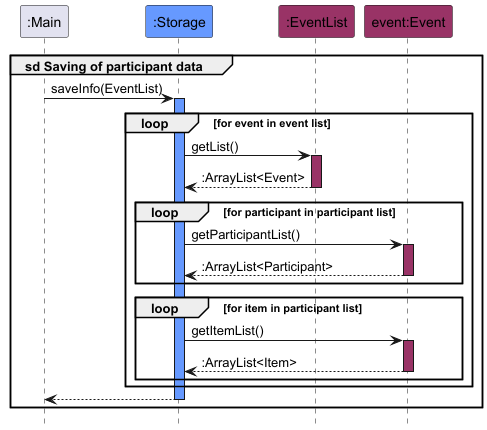
Above: docs/images/StorageSavingSequenceDiagram.png in nus-cs2113-AY2425S1/tp (PlantUML), before the change.
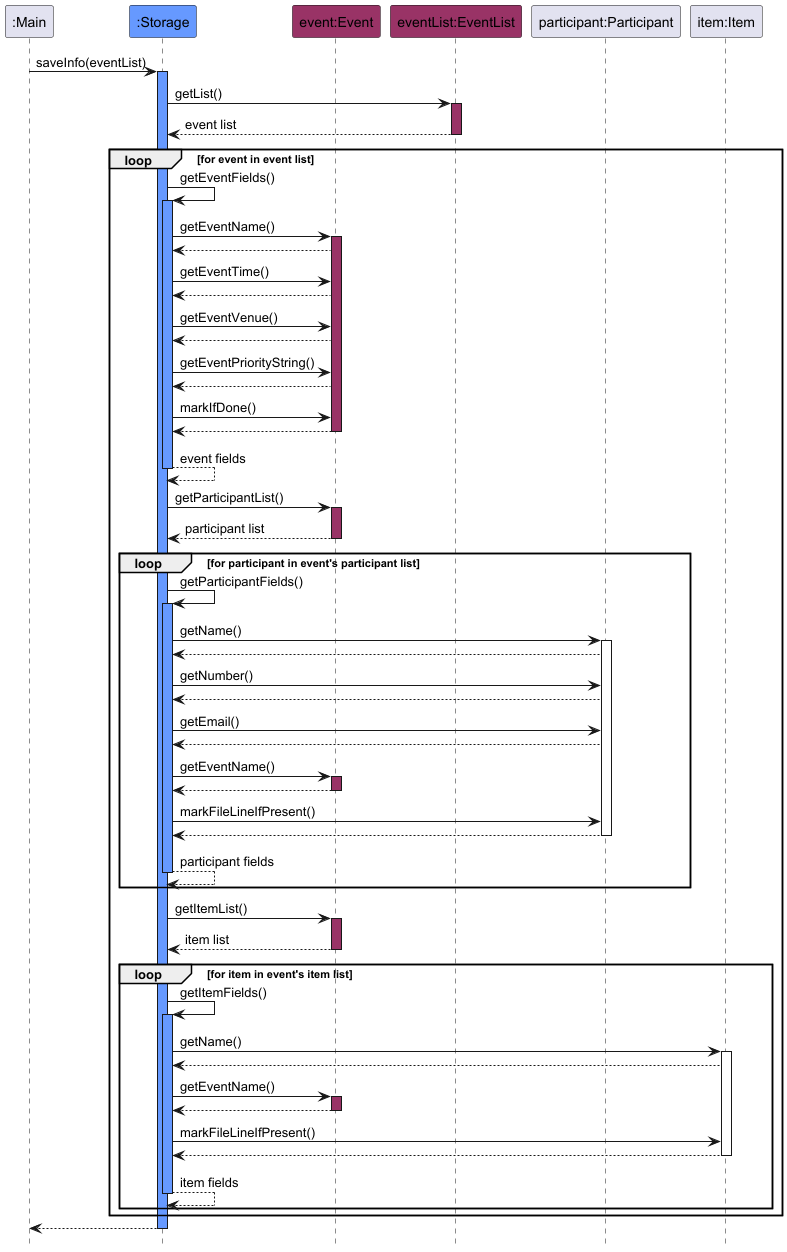
The same diagram one commit later.

Commit message:
Edit sequence diagrams

Change to the diagram source:
```diff
@@ -4,32 +4,87 @@
 
 Participant ":Main" as main
 Participant ":Storage" as storage STORAGE_COLOUR
-Participant ":EventList" as eventList EVENT_COLOUR
 Participant "event:Event" as event EVENT_COLOUR
+Participant "eventList:EventList" as eventlist EVENT_COLOUR
+Participant "participant:Participant" as participant
+Participant "item:Item" as item
 
-group sd Saving of participant data
-main -> storage : saveInfo(EventList)
+main -> storage : saveInfo(eventList)
 activate storage STORAGE_COLOUR
+
+storage -> eventlist : getList()
+activate eventlist EVENT_COLOUR
+return event list
 
 loop for event in event list
 
-storage -> eventList : getList()
-activate eventList EVENT_COLOUR
-return :ArrayList<Event>
+storage -> storage : getEventFields()
+activate storage STORAGE_COLOUR
 
-loop for participant in participant list
+storage -> event : getEventName()
+activate event EVENT_COLOUR
+event --> storage
+storage -> event : getEventTime()
+event --> storage
+storage -> event : getEventVenue()
+event --> storage
+storage -> event : getEventPriorityString()
+event --> storage
+storage -> event : markIfDone()
+event --> storage
+deactivate event
+
+return event fields
 
 storage -> event : getParticipantList()
 activate event EVENT_COLOUR
-return :ArrayList<Participant>
+return participant list
+
+loop for participant in event's participant list
+
+storage -> storage : getParticipantFields()
+activate storage STORAGE_COLOUR
+
+storage -> participant : getName()
+activate participant
+participant --> storage
+storage -> participant : getNumber()
+participant --> storage
+storage -> participant : getEmail()
+participant --> storage
+storage -> event : getEventName()
+activate event EVENT_COLOUR
+event --> storage
+deactivate event
+storage -> participant : markFileLineIfPresent()
+participant --> storage
+deactivate participant
+
+return participant fields
 
 end
 
-loop for item in participant list
-
 storage -> event : getItemList()
 activate event EVENT_COLOUR
-return :ArrayList<Item>
+return item list
+
+loop for item in event's item list
+
+storage -> storage : getItemFields()
+activate storage STORAGE_COLOUR
+
+storage -> item : getName()
+activate item
+item --> storage
+storage -> event : getEventName()
+activate event EVENT_COLOUR
+event --> storage
+deactivate event
+storage -> item : markFileLineIfPresent()
+item --> storage
+deactivate item
+
+return item fields
 
 end
 
@@ -37,7 +92,7 @@
 
 return
 
-end
+
 
 
 @enduml
```
